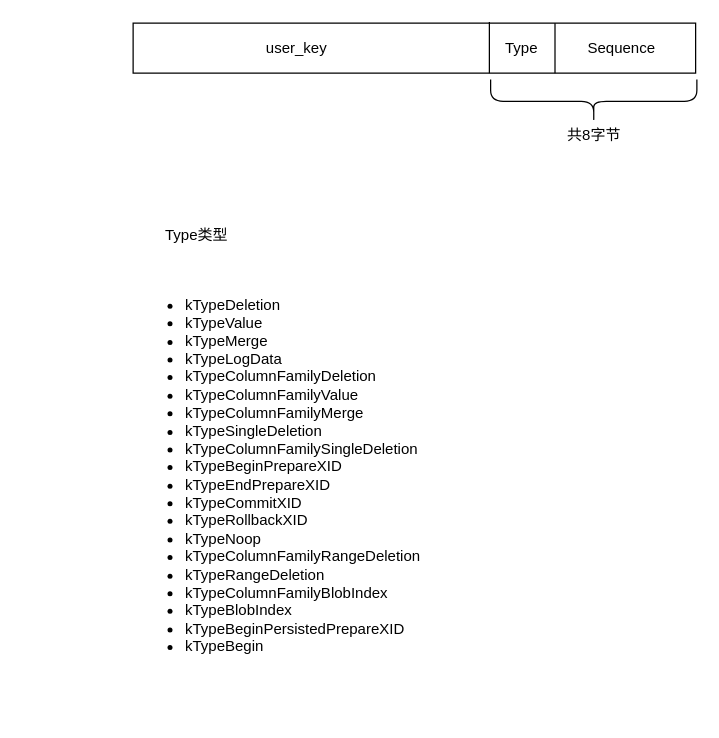
leon-db/images keeps this draw.io diagram as internal_key.drawio. Above is the earlier version. Source tidied: cells renumbered, new cells numbered last; positions are measured from the earlier drawing's top-left corner, leaving out a move shared by most shapes. Both pictures are drawn from the tidied source at 125%, with x=0, y=0 at pixel (132, -2).
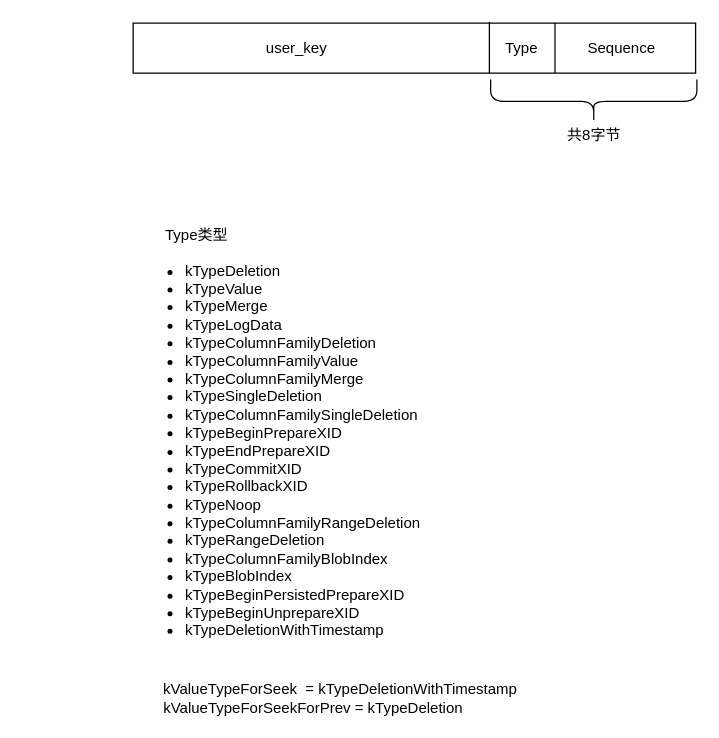
The same diagram, later.

What changed in the source:
```diff
@@
 <mxGraphModel>
   <root>
     <mxCell id="0" />
     <mxCell id="1" parent="0" />
     <mxCell id="2" style="rounded=0;whiteSpace=wrap;html=1;" parent="1" vertex="1">
       <mxGeometry y="20" width="450" height="40" as="geometry" />
     </mxCell>
     <mxCell id="3" style="endArrow=none;html=1;entryX=0.75;entryY=0;entryDx=0;entryDy=0;exitX=0.75;exitY=1;exitDx=0;exitDy=0;" parent="1" edge="1" source="2" target="2">
       <mxGeometry relative="1" as="geometry" />
     </mxCell>
     <mxCell id="4" style="endArrow=none;html=1;" parent="1" edge="1">
       <mxGeometry relative="1" as="geometry">
         <mxPoint x="285" y="60" as="sourcePoint" />
         <mxPoint x="285" y="19" as="targetPoint" />
       </mxGeometry>
     </mxCell>
     <mxCell id="5" style="shape=curlyBracket;whiteSpace=wrap;html=1;rounded=1;rotation=-90;" parent="1" vertex="1">
       <mxGeometry x="351" width="35" height="165" as="geometry" />
     </mxCell>
     <mxCell id="6" value="Type" style="text;html=1;strokeColor=none;fillColor=none;align=center;verticalAlign=middle;whiteSpace=wrap;rounded=0;" parent="1" vertex="1">
       <mxGeometry x="291" y="30" width="40" height="20" as="geometry" />
     </mxCell>
     <mxCell id="7" value="Sequence" style="text;html=1;strokeColor=none;fillColor=none;align=center;verticalAlign=middle;whiteSpace=wrap;rounded=0;" parent="1" vertex="1">
       <mxGeometry x="371" y="30" width="40" height="20" as="geometry" />
     </mxCell>
     <mxCell id="8" value="共8字节" style="text;html=1;strokeColor=none;fillColor=none;align=center;verticalAlign=middle;whiteSpace=wrap;rounded=0;" parent="1" vertex="1">
       <mxGeometry x="343.5" y="100" width="50" height="20" as="geometry" />
     </mxCell>
     <mxCell id="9" value="user_key" style="text;html=1;strokeColor=none;fillColor=none;align=center;verticalAlign=middle;whiteSpace=wrap;rounded=0;" parent="1" vertex="1">
       <mxGeometry x="111" y="30" width="40" height="20" as="geometry" />
     </mxCell>
-    <mxCell id="10" value="&lt;div&gt;&lt;br&gt;&lt;/div&gt;&lt;ul&gt;&lt;li&gt;kTypeDeletion&lt;/li&gt;&lt;li&gt;kTypeValue&lt;/li&gt;&lt;li&gt;kTypeMerge&lt;/li&gt;&lt;li&gt;kTypeLogData&lt;/li&gt;&lt;li&gt;kTypeColumnFamilyDeletion&lt;/li&gt;&lt;li&gt;kTypeColumnFamilyValue&lt;/li&gt;&lt;li&gt;kTypeColumnFamilyMerge&lt;/li&gt;&lt;li&gt;kTypeSingleDeletion&lt;/li&gt;&lt;li&gt;kTypeColumnFamilySingleDeletion&lt;/li&gt;&lt;li&gt;kTypeBeginPrepareXID&lt;/li&gt;&lt;li&gt;kTypeEndPrepareXID&lt;/li&gt;&lt;li&gt;kTypeCommitXID&lt;/li&gt;&lt;li&gt;kTypeRollbackXID&lt;/li&gt;&lt;li&gt;kTypeNoop&lt;/li&gt;&lt;li&gt;kTypeColumnFamilyRangeDeletion&lt;/li&gt;&lt;li&gt;kTypeRangeDeletion&lt;/li&gt;&lt;li&gt;kTypeColumnFamilyBlobIndex&lt;/li&gt;&lt;li&gt;kTypeBlobIndex&lt;/li&gt;&lt;li&gt;kTypeBeginPersistedPrepareXID&lt;/li&gt;&lt;li&gt;kTypeBegin&lt;/li&gt;&lt;/ul&gt;" style="text;strokeColor=none;fillColor=none;html=1;whiteSpace=wrap;verticalAlign=middle;overflow=hidden;" parent="1" vertex="1">
-      <mxGeometry y="180" width="241" height="390" as="geometry" />
+    <mxCell id="10" value="&lt;div&gt;&lt;br&gt;&lt;/div&gt;&lt;ul&gt;&lt;li&gt;kTypeDeletion&lt;/li&gt;&lt;li&gt;kTypeValue&lt;/li&gt;&lt;li&gt;kTypeMerge&lt;/li&gt;&lt;li&gt;kTypeLogData&lt;/li&gt;&lt;li&gt;kTypeColumnFamilyDeletion&lt;/li&gt;&lt;li&gt;kTypeColumnFamilyValue&lt;/li&gt;&lt;li&gt;kTypeColumnFamilyMerge&lt;/li&gt;&lt;li&gt;kTypeSingleDeletion&lt;/li&gt;&lt;li&gt;kTypeColumnFamilySingleDeletion&lt;/li&gt;&lt;li&gt;kTypeBeginPrepareXID&lt;/li&gt;&lt;li&gt;kTypeEndPrepareXID&lt;/li&gt;&lt;li&gt;kTypeCommitXID&lt;/li&gt;&lt;li&gt;kTypeRollbackXID&lt;/li&gt;&lt;li&gt;kTypeNoop&lt;/li&gt;&lt;li&gt;kTypeColumnFamilyRangeDeletion&lt;/li&gt;&lt;li&gt;kTypeRangeDeletion&lt;/li&gt;&lt;li&gt;kTypeColumnFamilyBlobIndex&lt;/li&gt;&lt;li&gt;kTypeBlobIndex&lt;/li&gt;&lt;li&gt;kTypeBeginPersistedPrepareXID&lt;/li&gt;&lt;li&gt;kTypeBeginUnprepareXID&lt;/li&gt;&lt;li&gt;kTypeDeletionWithTimestamp&lt;/li&gt;&lt;/ul&gt;" style="text;strokeColor=none;fillColor=none;html=1;whiteSpace=wrap;verticalAlign=middle;overflow=hidden;" parent="1" vertex="1">
+      <mxGeometry y="180" width="241" height="350" as="geometry" />
     </mxCell>
     <mxCell id="11" value="Type类型" style="text;html=1;strokeColor=none;fillColor=none;align=center;verticalAlign=middle;whiteSpace=wrap;rounded=0;" parent="1" vertex="1">
       <mxGeometry x="21" y="180" width="60" height="20" as="geometry" />
     </mxCell>
+    <mxCell id="12" value="kValueTypeForSeek&amp;nbsp; = kTypeDeletionWithTimestamp&lt;br&gt;kValueTypeForSeekForPrev = kTypeDeletion&amp;nbsp; &amp;nbsp; &amp;nbsp; &amp;nbsp; &amp;nbsp; &amp;nbsp; &amp;nbsp;&lt;br&gt;" style="text;html=1;strokeColor=none;fillColor=none;align=center;verticalAlign=middle;whiteSpace=wrap;rounded=0;" parent="1" vertex="1">
+      <mxGeometry x="-89" y="550" width="510" height="20" as="geometry" />
+    </mxCell>
   </root>
 </mxGraphModel>
```
